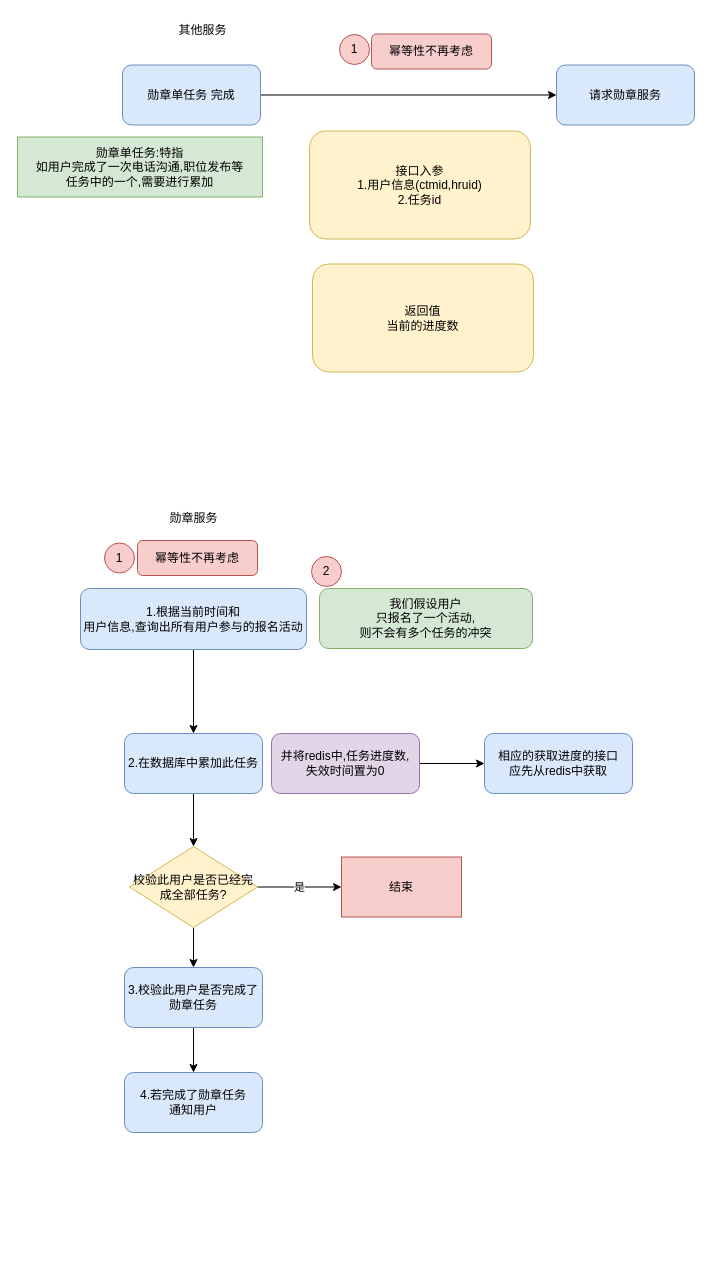
Before: page "累加任务" (2 of 3) of job51/activity_medal.drawio in yufarui/simple_picture, a draw.io diagram. Source tidied: cells renumbered, new cells numbered last; positions are measured from the earlier drawing's top-left corner, leaving out a move shared by most shapes. Both pictures are drawn from the tidied source at 100%, with x=0, y=0 at pixel (17, 17).
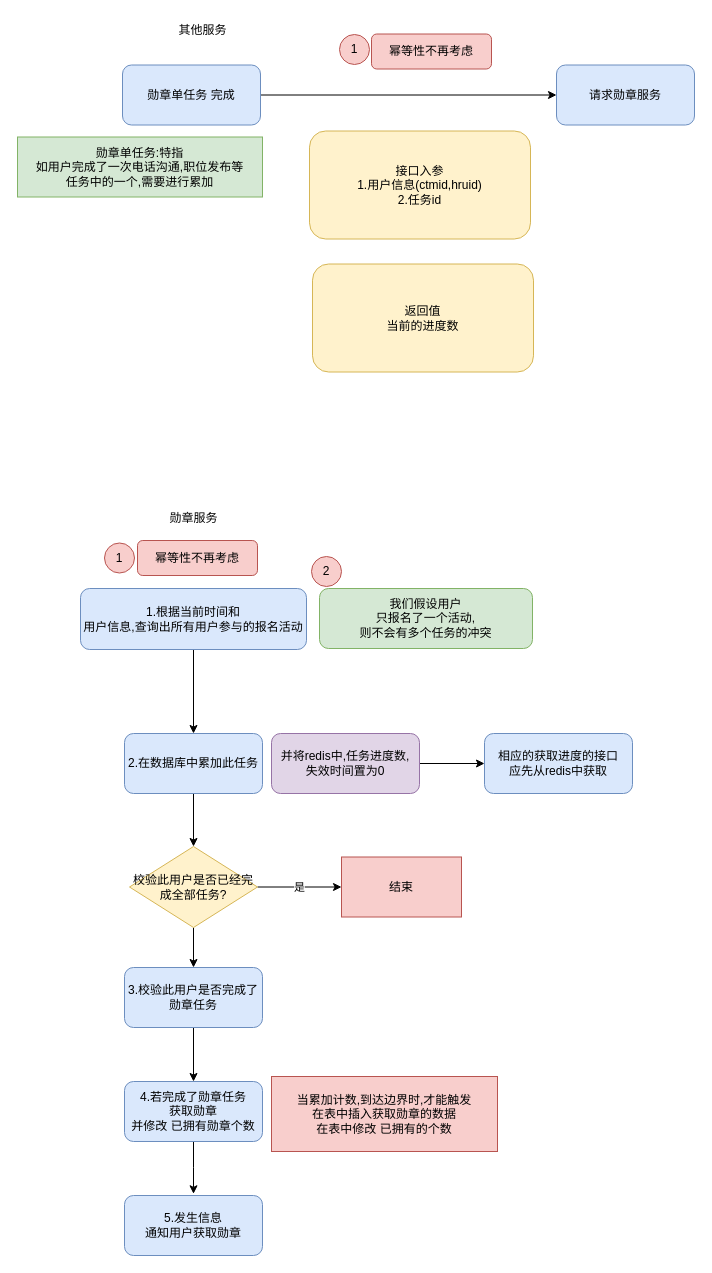
The same page after the edit.

Unchanged cells that the change refers to:
```xml
<mxCell id="12" value="3.校验此用户是否完成了勋章任务" style="rounded=1;whiteSpace=wrap;html=1;fillColor=#dae8fc;strokeColor=#6c8ebf;" parent="1" vertex="1">
  <mxGeometry x="107" y="950" width="138" height="60" as="geometry" />
</mxCell>
```

The edit, as a diff of the source:
```diff
@@
-    <mxCell id="11" style="edgeStyle=orthogonalEdgeStyle;rounded=0;jettySize=auto;html=1;" parent="1" edge="1" source="12" target="13">
-      <mxGeometry relative="1" as="geometry" />
-    </mxCell>
+    <mxCell id="30" style="edgeStyle=orthogonalEdgeStyle;rounded=0;jettySize=auto;html=1;entryX=0.5;entryY=0;entryDx=0;entryDy=0;" parent="1" edge="1" source="12" target="32">
+      <mxGeometry relative="1" as="geometry" />
+    </mxCell>
@@
-    <mxCell id="13" value="4.若完成了勋章任务&lt;br&gt;通知用户" style="rounded=1;whiteSpace=wrap;html=1;fillColor=#dae8fc;strokeColor=#6c8ebf;" parent="1" vertex="1">
-      <mxGeometry x="107" y="1055" width="138" height="60" as="geometry" />
+    <mxCell id="13" value="5.发生信息&lt;br&gt;通知用户获取勋章" style="rounded=1;whiteSpace=wrap;html=1;fillColor=#dae8fc;strokeColor=#6c8ebf;" parent="1" vertex="1">
+      <mxGeometry x="107" y="1178" width="138" height="60" as="geometry" />
     </mxCell>
@@
+    <mxCell id="31" style="edgeStyle=orthogonalEdgeStyle;rounded=0;jettySize=auto;html=1;exitX=0.5;exitY=1;exitDx=0;exitDy=0;" parent="1" edge="1" source="32">
+      <mxGeometry relative="1" as="geometry">
+        <mxPoint x="176" y="1176.3" as="targetPoint" />
+      </mxGeometry>
+    </mxCell>
+    <mxCell id="32" value="4.若完成了勋章任务&lt;br&gt;获取勋章&lt;br&gt;并修改 已拥有勋章个数" style="rounded=1;whiteSpace=wrap;html=1;fillColor=#dae8fc;strokeColor=#6c8ebf;" parent="1" vertex="1">
+      <mxGeometry x="107" y="1064" width="138" height="60" as="geometry" />
+    </mxCell>
+    <mxCell id="33" value="当累加计数,到达边界时,才能触发&lt;br&gt;在表中插入获取勋章的数据&lt;br&gt;在表中修改 已拥有的个数" style="whiteSpace=wrap;html=1;fillColor=#f8cecc;strokeColor=#b85450;" parent="1" vertex="1">
+      <mxGeometry x="254" y="1059" width="226" height="75" as="geometry" />
+    </mxCell>
```
